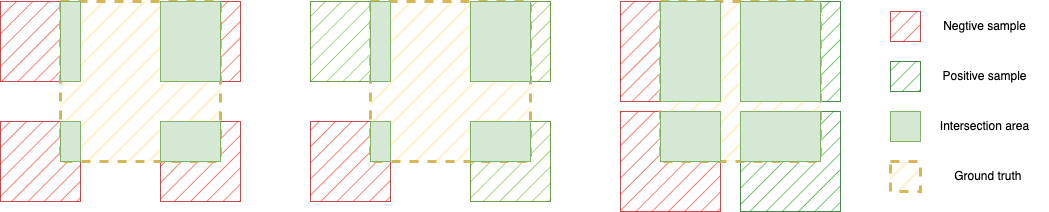
Before: all_label_assign.png, a diagram exported from draw.io (johnran103/diagrams). Source tidied: cells renumbered, new cells last; positions are measured from the earlier drawing's top-left corner, leaving out a move shared by most shapes. The source it was exported from:
```xml
<mxGraphModel>
  <root>
    <mxCell id="0" />
    <mxCell id="1" parent="0" />
    <mxCell id="2" style="whiteSpace=wrap;html=1;fillColor=#e51400;fontColor=#ffffff;strokeColor=#B20000;opacity=70;fillStyle=hatch;" parent="1" vertex="1">
      <mxGeometry width="80" height="80" as="geometry" />
    </mxCell>
    <mxCell id="3" style="whiteSpace=wrap;html=1;fillColor=#e51400;fontColor=#ffffff;strokeColor=#B20000;opacity=70;fillStyle=hatch;" parent="1" vertex="1">
      <mxGeometry y="120" width="80" height="80" as="geometry" />
    </mxCell>
    <mxCell id="4" style="whiteSpace=wrap;html=1;fillColor=#e51400;fontColor=#ffffff;strokeColor=#B20000;opacity=70;fillStyle=hatch;" parent="1" vertex="1">
      <mxGeometry x="160" y="120" width="80" height="80" as="geometry" />
    </mxCell>
    <mxCell id="5" style="whiteSpace=wrap;html=1;fillColor=#e51400;fontColor=#ffffff;strokeColor=#B20000;opacity=70;fillStyle=hatch;" parent="1" vertex="1">
      <mxGeometry x="160" width="80" height="80" as="geometry" />
    </mxCell>
    <mxCell id="6" style="whiteSpace=wrap;html=1;strokeWidth=3;dashed=1;fillStyle=hatch;fillColor=#fff2cc;strokeColor=#d6b656;" parent="1" vertex="1">
      <mxGeometry x="60" width="160" height="160" as="geometry" />
    </mxCell>
    <mxCell id="7" style="rounded=0;whiteSpace=wrap;html=1;fillColor=#d5e8d4;strokeColor=#82b366;" parent="1" vertex="1">
      <mxGeometry x="160" width="60" height="80" as="geometry" />
    </mxCell>
    <mxCell id="8" style="rounded=0;whiteSpace=wrap;html=1;fillColor=#d5e8d4;strokeColor=#82b366;" parent="1" vertex="1">
      <mxGeometry x="160" y="120" width="60" height="40" as="geometry" />
    </mxCell>
    <mxCell id="9" style="rounded=0;whiteSpace=wrap;html=1;fillColor=#d5e8d4;strokeColor=#82b366;" parent="1" vertex="1">
      <mxGeometry x="60" width="20" height="80" as="geometry" />
    </mxCell>
    <mxCell id="10" style="rounded=0;whiteSpace=wrap;html=1;fillColor=#d5e8d4;strokeColor=#82b366;" parent="1" vertex="1">
      <mxGeometry x="60" y="120" width="20" height="40" as="geometry" />
    </mxCell>
    <mxCell id="11" style="whiteSpace=wrap;html=1;fillColor=#60a917;strokeColor=#2D7600;opacity=70;fillStyle=hatch;fontColor=#ffffff;" parent="1" vertex="1">
      <mxGeometry x="310" width="80" height="80" as="geometry" />
    </mxCell>
    <mxCell id="12" style="whiteSpace=wrap;html=1;fillColor=#60a917;strokeColor=#2D7600;opacity=70;fillStyle=hatch;fontColor=#ffffff;" parent="1" vertex="1">
      <mxGeometry x="470" y="120" width="80" height="80" as="geometry" />
    </mxCell>
    <mxCell id="13" style="whiteSpace=wrap;html=1;fillColor=#e51400;fontColor=#ffffff;strokeColor=#B20000;opacity=70;fillStyle=hatch;" parent="1" vertex="1">
      <mxGeometry x="310" y="120" width="80" height="80" as="geometry" />
    </mxCell>
    <mxCell id="14" style="whiteSpace=wrap;html=1;fillColor=#60a917;strokeColor=#2D7600;opacity=70;fillStyle=hatch;fontColor=#ffffff;" parent="1" vertex="1">
      <mxGeometry x="470" width="80" height="80" as="geometry" />
    </mxCell>
    <mxCell id="15" style="whiteSpace=wrap;html=1;strokeWidth=3;dashed=1;fillStyle=hatch;fillColor=#fff2cc;strokeColor=#d6b656;" parent="1" vertex="1">
      <mxGeometry x="370" width="160" height="160" as="geometry" />
    </mxCell>
    <mxCell id="16" style="rounded=0;whiteSpace=wrap;html=1;fillColor=#d5e8d4;strokeColor=#82b366;" parent="1" vertex="1">
      <mxGeometry x="470" width="60" height="80" as="geometry" />
    </mxCell>
    <mxCell id="17" style="rounded=0;whiteSpace=wrap;html=1;fillColor=#d5e8d4;strokeColor=#82b366;" parent="1" vertex="1">
      <mxGeometry x="470" y="120" width="60" height="40" as="geometry" />
    </mxCell>
    <mxCell id="18" style="rounded=0;whiteSpace=wrap;html=1;fillColor=#d5e8d4;strokeColor=#82b366;" parent="1" vertex="1">
      <mxGeometry x="370" width="20" height="80" as="geometry" />
    </mxCell>
    <mxCell id="19" style="rounded=0;whiteSpace=wrap;html=1;fillColor=#d5e8d4;strokeColor=#82b366;" parent="1" vertex="1">
      <mxGeometry x="370" y="120" width="20" height="40" as="geometry" />
    </mxCell>
    <mxCell id="20" style="whiteSpace=wrap;html=1;fillColor=#008a00;strokeColor=#005700;opacity=70;fillStyle=hatch;fontColor=#ffffff;" parent="1" vertex="1">
      <mxGeometry x="740" y="110" width="100" height="100" as="geometry" />
    </mxCell>
    <mxCell id="21" style="whiteSpace=wrap;html=1;fillColor=#e51400;fontColor=#ffffff;strokeColor=#B20000;opacity=70;fillStyle=hatch;" parent="1" vertex="1">
      <mxGeometry x="620" width="100" height="100" as="geometry" />
    </mxCell>
    <mxCell id="22" style="whiteSpace=wrap;html=1;fillColor=#e51400;fontColor=#ffffff;strokeColor=#B20000;opacity=70;fillStyle=hatch;" parent="1" vertex="1">
      <mxGeometry x="620" y="110" width="100" height="100" as="geometry" />
    </mxCell>
    <mxCell id="23" style="whiteSpace=wrap;html=1;fillColor=#008a00;strokeColor=#005700;opacity=70;fillStyle=hatch;fontColor=#ffffff;" parent="1" vertex="1">
      <mxGeometry x="740" width="100" height="100" as="geometry" />
    </mxCell>
    <mxCell id="24" style="whiteSpace=wrap;html=1;strokeWidth=3;dashed=1;fillStyle=hatch;fillColor=#fff2cc;strokeColor=#d6b656;" parent="1" vertex="1">
      <mxGeometry x="660" width="160" height="160" as="geometry" />
    </mxCell>
    <mxCell id="25" style="rounded=0;whiteSpace=wrap;html=1;fillColor=#d5e8d4;strokeColor=#82b366;" parent="1" vertex="1">
      <mxGeometry x="740" width="80" height="100" as="geometry" />
    </mxCell>
    <mxCell id="26" style="rounded=0;whiteSpace=wrap;html=1;fillColor=#d5e8d4;strokeColor=#82b366;" parent="1" vertex="1">
      <mxGeometry x="740" y="110" width="80" height="50" as="geometry" />
    </mxCell>
    <mxCell id="27" style="rounded=0;whiteSpace=wrap;html=1;fillColor=#d5e8d4;strokeColor=#82b366;" parent="1" vertex="1">
      <mxGeometry x="660" width="60" height="100" as="geometry" />
    </mxCell>
    <mxCell id="28" style="rounded=0;whiteSpace=wrap;html=1;fillColor=#d5e8d4;strokeColor=#82b366;" parent="1" vertex="1">
      <mxGeometry x="660" y="110" width="60" height="50" as="geometry" />
    </mxCell>
    <mxCell id="29" style="whiteSpace=wrap;html=1;fillColor=#008a00;strokeColor=#005700;opacity=70;fillStyle=hatch;fontColor=#ffffff;" parent="1" vertex="1">
      <mxGeometry x="890" y="60" width="30" height="30" as="geometry" />
    </mxCell>
    <mxCell id="30" style="whiteSpace=wrap;html=1;fillColor=#e51400;fontColor=#ffffff;strokeColor=#B20000;opacity=70;fillStyle=hatch;" parent="1" vertex="1">
      <mxGeometry x="890" y="10" width="30" height="30" as="geometry" />
    </mxCell>
    <mxCell id="31" style="whiteSpace=wrap;html=1;strokeWidth=3;dashed=1;fillStyle=hatch;fillColor=#fff2cc;strokeColor=#d6b656;" parent="1" vertex="1">
      <mxGeometry x="890" y="160" width="30" height="30" as="geometry" />
    </mxCell>
    <mxCell id="32" style="rounded=0;whiteSpace=wrap;html=1;fillColor=#d5e8d4;strokeColor=#82b366;" parent="1" vertex="1">
      <mxGeometry x="890" y="110" width="30" height="30" as="geometry" />
    </mxCell>
    <mxCell id="33" value="Negtive sample" style="text;html=1;strokeColor=none;fillColor=none;align=center;verticalAlign=middle;whiteSpace=wrap;rounded=0;" parent="1" vertex="1">
      <mxGeometry x="927" y="16" width="115.3" height="18" as="geometry" />
    </mxCell>
    <mxCell id="34" value="Positive sample" style="text;html=1;strokeColor=none;fillColor=none;align=center;verticalAlign=middle;whiteSpace=wrap;rounded=0;" parent="1" vertex="1">
      <mxGeometry x="932" y="68.5" width="105.3" height="13" as="geometry" />
    </mxCell>
    <mxCell id="35" value="Intersection area" style="text;html=1;strokeColor=none;fillColor=none;align=center;verticalAlign=middle;whiteSpace=wrap;rounded=0;" parent="1" vertex="1">
      <mxGeometry x="932" y="116" width="105.3" height="18" as="geometry" />
    </mxCell>
    <mxCell id="36" value="Ground truth&amp;nbsp;" style="text;html=1;strokeColor=none;fillColor=none;align=center;verticalAlign=middle;whiteSpace=wrap;rounded=0;" parent="1" vertex="1">
      <mxGeometry x="932" y="166" width="115.3" height="18" as="geometry" />
    </mxCell>
  </root>
</mxGraphModel>
```
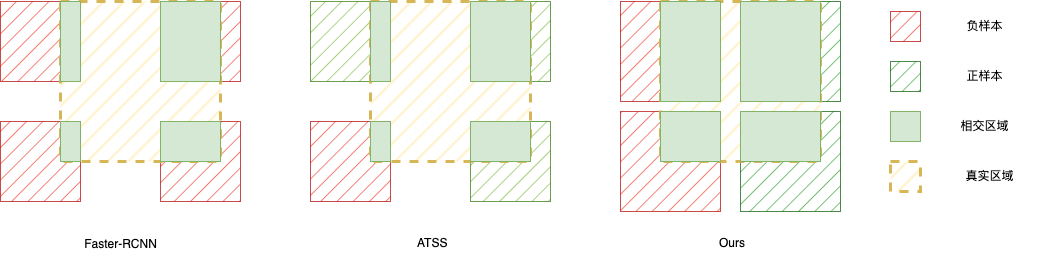
After the change.

Diff of the diagram source:
```diff
@@ -95,17 +95,26 @@
     <mxCell id="32" style="rounded=0;whiteSpace=wrap;html=1;fillColor=#d5e8d4;strokeColor=#82b366;" parent="1" vertex="1">
       <mxGeometry x="890" y="110" width="30" height="30" as="geometry" />
     </mxCell>
-    <mxCell id="33" value="Negtive sample" style="text;html=1;strokeColor=none;fillColor=none;align=center;verticalAlign=middle;whiteSpace=wrap;rounded=0;" parent="1" vertex="1">
+    <mxCell id="33" value="负样本" style="text;html=1;strokeColor=none;fillColor=none;align=center;verticalAlign=middle;whiteSpace=wrap;rounded=0;" parent="1" vertex="1">
       <mxGeometry x="927" y="16" width="115.3" height="18" as="geometry" />
     </mxCell>
-    <mxCell id="34" value="Positive sample" style="text;html=1;strokeColor=none;fillColor=none;align=center;verticalAlign=middle;whiteSpace=wrap;rounded=0;" parent="1" vertex="1">
+    <mxCell id="34" value="正样本" style="text;html=1;strokeColor=none;fillColor=none;align=center;verticalAlign=middle;whiteSpace=wrap;rounded=0;" parent="1" vertex="1">
       <mxGeometry x="932" y="68.5" width="105.3" height="13" as="geometry" />
     </mxCell>
-    <mxCell id="35" value="Intersection area" style="text;html=1;strokeColor=none;fillColor=none;align=center;verticalAlign=middle;whiteSpace=wrap;rounded=0;" parent="1" vertex="1">
+    <mxCell id="35" value="相交区域" style="text;html=1;strokeColor=none;fillColor=none;align=center;verticalAlign=middle;whiteSpace=wrap;rounded=0;" parent="1" vertex="1">
       <mxGeometry x="932" y="116" width="105.3" height="18" as="geometry" />
     </mxCell>
-    <mxCell id="36" value="Ground truth&amp;nbsp;" style="text;html=1;strokeColor=none;fillColor=none;align=center;verticalAlign=middle;whiteSpace=wrap;rounded=0;" parent="1" vertex="1">
+    <mxCell id="36" value="真实区域" style="text;html=1;strokeColor=none;fillColor=none;align=center;verticalAlign=middle;whiteSpace=wrap;rounded=0;" parent="1" vertex="1">
       <mxGeometry x="932" y="166" width="115.3" height="18" as="geometry" />
     </mxCell>
+    <mxCell id="37" value="Faster-RCNN" style="text;html=1;align=center;verticalAlign=middle;strokeColor=none;fillColor=none;" parent="1" vertex="1">
+      <mxGeometry x="70" y="228" width="100" height="30" as="geometry" />
+    </mxCell>
+    <mxCell id="38" value="ATSS" style="text;whiteSpace=wrap;fontSize=12;" parent="1" vertex="1">
+      <mxGeometry x="415" y="228" width="70" height="40" as="geometry" />
+    </mxCell>
+    <mxCell id="39" value="Ours" style="text;whiteSpace=wrap;fontSize=12;" parent="1" vertex="1">
+      <mxGeometry x="717" y="228" width="70" height="40" as="geometry" />
+    </mxCell>
   </root>
 </mxGraphModel>
```
